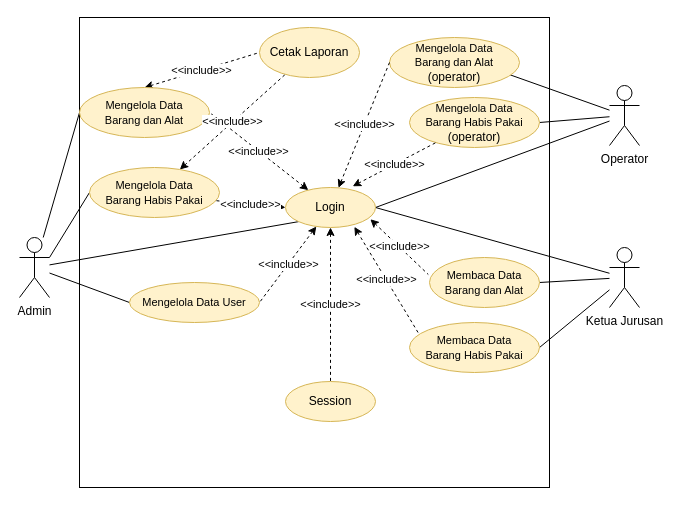
This is usecase-skripsi.drawio from wahyupambudi/skripsi-skom, a draw.io file, before an edit. Source tidied: cells renumbered, new cells numbered last; positions are measured from the earlier drawing's top-left corner, leaving out a move shared by most shapes. Both pictures are drawn from the tidied source at 100%, with x=0, y=0 at pixel (19, 17).
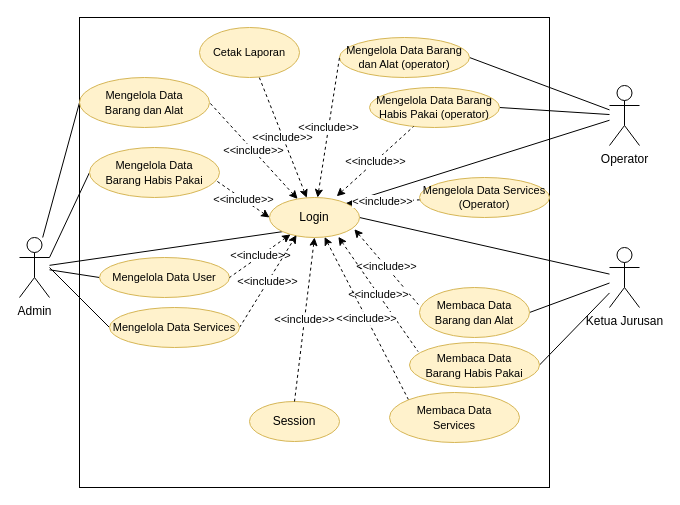
The same page after the edit.

The change refers to these unchanged cells:
```xml
<mxCell id="15" value="Operator" style="shape=umlActor;verticalLabelPosition=bottom;verticalAlign=top;html=1;outlineConnect=0;" parent="1" vertex="1">
  <mxGeometry x="590" y="68" width="30" height="60" as="geometry" />
</mxCell>
```

Change to the diagram source:
```diff
@@
+    <mxCell id="36" style="rounded=0;jettySize=auto;html=1;entryX=0;entryY=0.5;entryDx=0;entryDy=0;strokeColor=default;endArrow=none;endFill=0;" parent="1" edge="1" target="38">
+      <mxGeometry relative="1" as="geometry">
+        <mxPoint x="30" y="250" as="sourcePoint" />
+      </mxGeometry>
+    </mxCell>
@@
-    <mxCell id="12" style="edgeStyle=none;rounded=0;jettySize=auto;html=1;entryX=1;entryY=0.5;entryDx=0;entryDy=0;fontSize=11;endArrow=none;endFill=0;" parent="1" edge="1" source="15" target="17">
+    <mxCell id="12" style="edgeStyle=none;rounded=0;jettySize=auto;html=1;entryX=1;entryY=0;entryDx=0;entryDy=0;fontSize=11;endArrow=none;endFill=0;" parent="1" edge="1" source="15" target="17">
       <mxGeometry relative="1" as="geometry" />
     </mxCell>
-    <mxCell id="13" style="edgeStyle=none;rounded=0;jettySize=auto;html=1;fontSize=11;endArrow=none;endFill=0;" parent="1" edge="1" source="15">
-      <mxGeometry relative="1" as="geometry">
-        <mxPoint x="470" y="50" as="targetPoint" />
-      </mxGeometry>
+    <mxCell id="13" style="edgeStyle=none;rounded=0;jettySize=auto;html=1;fontSize=11;endArrow=none;endFill=0;entryX=1;entryY=0.5;entryDx=0;entryDy=0;" parent="1" edge="1" source="15" target="25">
+      <mxGeometry relative="1" as="geometry" />
     </mxCell>
@@
     <mxCell id="17" value="Login" style="ellipse;whiteSpace=wrap;html=1;fillColor=#fff2cc;strokeColor=#d6b656;" parent="1" vertex="1">
-      <mxGeometry x="266" y="170" width="90" height="40" as="geometry" />
+      <mxGeometry x="250" y="180" width="90" height="40" as="geometry" />
     </mxCell>
     <mxCell id="18" value="&lt;font style=&quot;font-size: 11px;&quot;&gt;Mengelola Data User&lt;/font&gt;" style="ellipse;whiteSpace=wrap;html=1;fillColor=#fff2cc;strokeColor=#d6b656;" parent="1" vertex="1">
-      <mxGeometry x="110" y="265" width="130" height="40" as="geometry" />
+      <mxGeometry x="80" y="240" width="130" height="40" as="geometry" />
     </mxCell>
-    <mxCell id="19" value="&amp;lt;&amp;lt;include&amp;gt;&amp;gt;" style="edgeStyle=none;rounded=0;jettySize=auto;html=1;entryX=0;entryY=0.5;entryDx=0;entryDy=0;fontSize=11;startArrow=classic;startFill=1;endArrow=none;endFill=0;dashed=1;exitX=0.5;exitY=0;exitDx=0;exitDy=0;" parent="1" edge="1" source="20" target="27">
+    <mxCell id="19" value="&amp;lt;&amp;lt;include&amp;gt;&amp;gt;" style="edgeStyle=none;rounded=0;jettySize=auto;html=1;fontSize=11;startArrow=classic;startFill=1;endArrow=none;endFill=0;dashed=1;" parent="1" edge="1" source="17" target="27">
       <mxGeometry relative="1" as="geometry" />
     </mxCell>
     <mxCell id="20" value="&lt;div&gt;&lt;font style=&quot;font-size: 11px;&quot;&gt;Mengelola Data &lt;br&gt;&lt;/font&gt;&lt;/div&gt;&lt;div&gt;&lt;font style=&quot;font-size: 11px;&quot;&gt;Barang dan Alat&lt;/font&gt;&lt;/div&gt;" style="ellipse;whiteSpace=wrap;html=1;fillColor=#fff2cc;strokeColor=#d6b656;" parent="1" vertex="1">
-      <mxGeometry x="60" y="70" width="130" height="50" as="geometry" />
+      <mxGeometry x="60" y="60" width="130" height="50" as="geometry" />
     </mxCell>
-    <mxCell id="21" value="&amp;lt;&amp;lt;include&amp;gt;&amp;gt;" style="edgeStyle=none;rounded=0;jettySize=auto;html=1;dashed=1;fontSize=11;startArrow=classic;startFill=1;endArrow=none;endFill=0;" parent="1" edge="1" source="22" target="27">
-      <mxGeometry relative="1" as="geometry" />
-    </mxCell>
     <mxCell id="22" value="&lt;div&gt;&lt;font style=&quot;font-size: 11px;&quot;&gt;Mengelola Data &lt;br&gt;&lt;/font&gt;&lt;/div&gt;&lt;div&gt;&lt;font style=&quot;font-size: 11px;&quot;&gt;Barang Habis Pakai&lt;/font&gt;&lt;/div&gt;" style="ellipse;whiteSpace=wrap;html=1;fillColor=#fff2cc;strokeColor=#d6b656;" parent="1" vertex="1">
-      <mxGeometry x="70" y="150" width="130" height="50" as="geometry" />
+      <mxGeometry x="70" y="130" width="130" height="50" as="geometry" />
     </mxCell>
     <mxCell id="23" value="&lt;div&gt;&lt;font style=&quot;font-size: 11px;&quot;&gt;Membaca Data &lt;br&gt;&lt;/font&gt;&lt;/div&gt;&lt;div&gt;&lt;font style=&quot;font-size: 11px;&quot;&gt;Barang dan Alat&lt;/font&gt;&lt;/div&gt;" style="ellipse;whiteSpace=wrap;html=1;fillColor=#fff2cc;strokeColor=#d6b656;" parent="1" vertex="1">
-      <mxGeometry x="410" y="240" width="110" height="50" as="geometry" />
+      <mxGeometry x="400" y="270" width="110" height="50" as="geometry" />
     </mxCell>
     <mxCell id="24" value="&lt;div&gt;&lt;font style=&quot;font-size: 11px;&quot;&gt;Membaca Data &lt;br&gt;&lt;/font&gt;&lt;/div&gt;&lt;div&gt;&lt;font style=&quot;font-size: 11px;&quot;&gt;Barang Habis Pakai&lt;br&gt;&lt;/font&gt;&lt;/div&gt;" style="ellipse;whiteSpace=wrap;html=1;fillColor=#fff2cc;strokeColor=#d6b656;" parent="1" vertex="1">
-      <mxGeometry x="390" y="305" width="130" height="50" as="geometry" />
+      <mxGeometry x="390" y="325" width="130" height="45" as="geometry" />
     </mxCell>
-    <mxCell id="25" value="&lt;div&gt;&lt;font style=&quot;font-size: 11px;&quot;&gt;Mengelola Data &lt;br&gt;&lt;/font&gt;&lt;/div&gt;&lt;div&gt;&lt;font style=&quot;font-size: 11px;&quot;&gt;Barang dan Alat&lt;/font&gt; (operator)&lt;br&gt;&lt;/div&gt;" style="ellipse;whiteSpace=wrap;html=1;fillColor=#fff2cc;strokeColor=#d6b656;" parent="1" vertex="1">
-      <mxGeometry x="370" y="20" width="130" height="50" as="geometry" />
+    <mxCell id="25" value="&lt;div style=&quot;font-size: 11px;&quot;&gt;&lt;font style=&quot;font-size: 11px;&quot;&gt;Mengelola Data Barang dan Alat (operator)&lt;font style=&quot;font-size: 11px;&quot;&gt;&lt;br&gt;&lt;/font&gt;&lt;/font&gt;&lt;/div&gt;" style="ellipse;whiteSpace=wrap;html=1;fillColor=#fff2cc;strokeColor=#d6b656;" parent="1" vertex="1">
+      <mxGeometry x="320" y="20" width="130" height="40" as="geometry" />
     </mxCell>
-    <mxCell id="26" value="&lt;div&gt;&lt;font style=&quot;font-size: 11px;&quot;&gt;Mengelola Data &lt;br&gt;&lt;/font&gt;&lt;/div&gt;&lt;div&gt;&lt;font style=&quot;font-size: 11px;&quot;&gt;Barang Habis Pakai&lt;/font&gt; (operator)&lt;br&gt;&lt;/div&gt;" style="ellipse;whiteSpace=wrap;html=1;fillColor=#fff2cc;strokeColor=#d6b656;" parent="1" vertex="1">
-      <mxGeometry x="390" y="80" width="130" height="50" as="geometry" />
+    <mxCell id="26" value="&lt;div style=&quot;font-size: 11px;&quot;&gt;&lt;font style=&quot;font-size: 11px;&quot;&gt;Mengelola Data Barang Habis Pakai (operator)&lt;br&gt;&lt;/font&gt;&lt;/div&gt;" style="ellipse;whiteSpace=wrap;html=1;fillColor=#fff2cc;strokeColor=#d6b656;" parent="1" vertex="1">
+      <mxGeometry x="350" y="70" width="130" height="40" as="geometry" />
     </mxCell>
-    <mxCell id="27" value="Cetak Laporan" style="ellipse;whiteSpace=wrap;html=1;fillColor=#fff2cc;strokeColor=#d6b656;" parent="1" vertex="1">
-      <mxGeometry x="240" y="10" width="100" height="50" as="geometry" />
+    <mxCell id="27" value="&lt;font style=&quot;font-size: 11px;&quot;&gt;Cetak Laporan&lt;/font&gt;" style="ellipse;whiteSpace=wrap;html=1;fillColor=#fff2cc;strokeColor=#d6b656;" parent="1" vertex="1">
+      <mxGeometry x="180" y="10" width="100" height="50" as="geometry" />
     </mxCell>
     <mxCell id="28" value="Session" style="ellipse;whiteSpace=wrap;html=1;fillColor=#fff2cc;strokeColor=#d6b656;" parent="1" vertex="1">
-      <mxGeometry x="266" y="364" width="90" height="40" as="geometry" />
+      <mxGeometry x="230" y="384" width="90" height="40" as="geometry" />
     </mxCell>
@@
+    <mxCell id="37" value="&amp;lt;&amp;lt;include&amp;gt;&amp;gt;" style="rounded=0;jettySize=auto;html=1;entryX=0.3;entryY=0.939;entryDx=0;entryDy=0;entryPerimeter=0;exitX=1;exitY=0.5;exitDx=0;exitDy=0;dashed=1;" parent="1" edge="1" source="38" target="17">
+      <mxGeometry relative="1" as="geometry" />
+    </mxCell>
+    <mxCell id="38" value="&lt;font style=&quot;font-size: 11px;&quot;&gt;Mengelola Data Services&lt;/font&gt;" style="ellipse;whiteSpace=wrap;html=1;fillColor=#fff2cc;strokeColor=#d6b656;" parent="1" vertex="1">
+      <mxGeometry x="90" y="290" width="130" height="40" as="geometry" />
+    </mxCell>
+    <mxCell id="39" value="&amp;lt;&amp;lt;include&amp;gt;&amp;gt;" style="rounded=0;jettySize=auto;html=1;exitX=0;exitY=0;exitDx=0;exitDy=0;dashed=1;" parent="1" edge="1" source="40" target="17">
+      <mxGeometry relative="1" as="geometry" />
+    </mxCell>
+    <mxCell id="40" value="&lt;div&gt;&lt;font style=&quot;font-size: 11px;&quot;&gt;Membaca Data &lt;br&gt;&lt;/font&gt;&lt;/div&gt;&lt;div&gt;&lt;font style=&quot;font-size: 11px;&quot;&gt;Services&lt;br&gt;&lt;/font&gt;&lt;/div&gt;" style="ellipse;whiteSpace=wrap;html=1;fillColor=#fff2cc;strokeColor=#d6b656;" parent="1" vertex="1">
+      <mxGeometry x="370" y="375" width="130" height="50" as="geometry" />
+    </mxCell>
+    <mxCell id="41" value="&amp;lt;&amp;lt;include&amp;gt;&amp;gt;" style="rounded=0;jettySize=auto;html=1;entryX=1;entryY=0;entryDx=0;entryDy=0;dashed=1;" parent="1" edge="1" source="42" target="17">
+      <mxGeometry relative="1" as="geometry" />
+    </mxCell>
+    <mxCell id="42" value="&lt;div style=&quot;font-size: 11px;&quot;&gt;&lt;font style=&quot;font-size: 11px;&quot;&gt;Mengelola Data Services (Operator)&lt;br&gt;&lt;/font&gt;&lt;/div&gt;" style="ellipse;whiteSpace=wrap;html=1;fillColor=#fff2cc;strokeColor=#d6b656;" parent="1" vertex="1">
+      <mxGeometry x="400" y="160" width="130" height="40" as="geometry" />
+    </mxCell>
```
